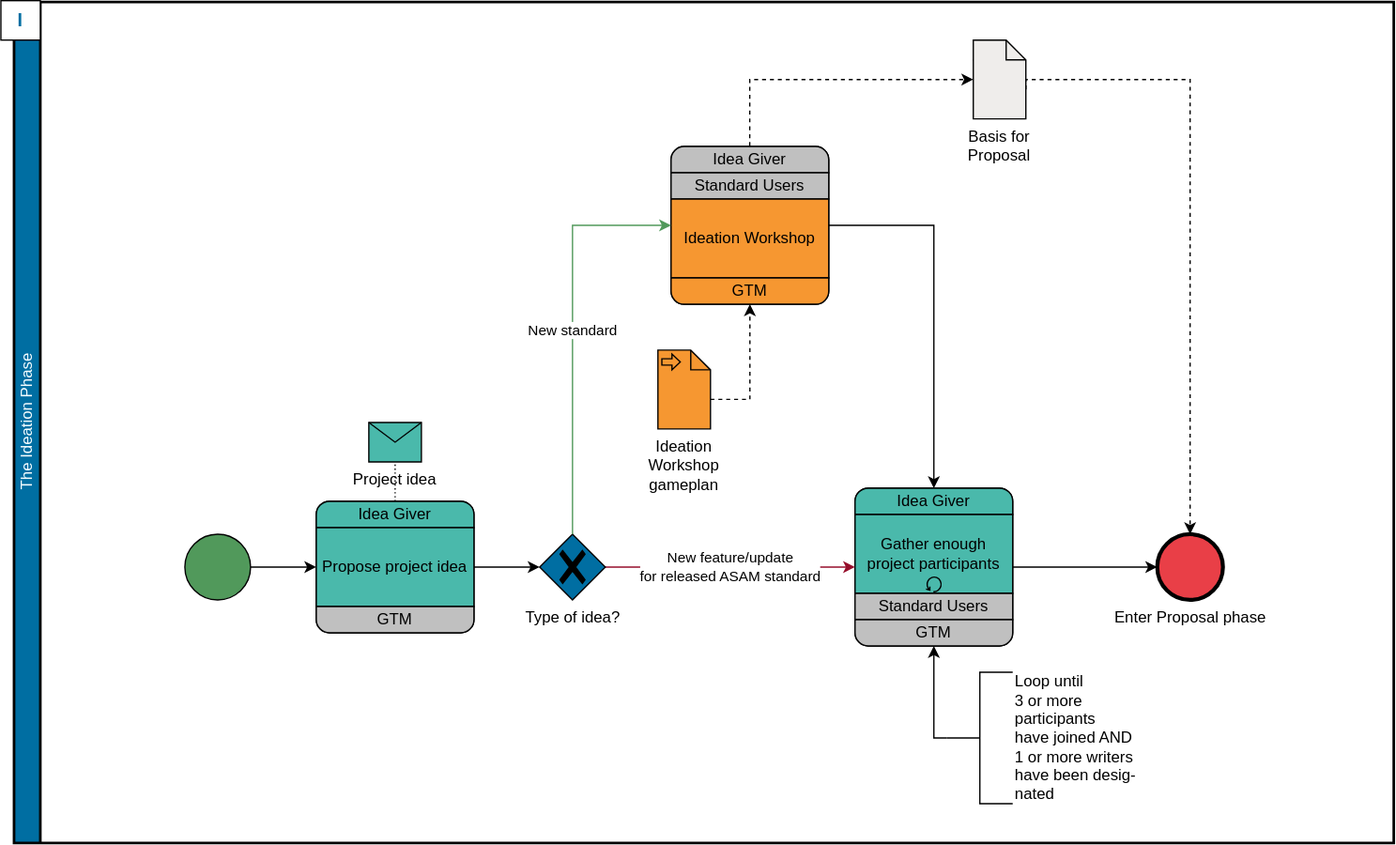
Earlier version of the draw.io export content/modules/compendium/assets/images/asam/ideation_phase.drawio.svg (asam-ev/asam-project-guide-content). Source tidied: cells renumbered, new cells last; positions are measured from the earlier drawing's top-left corner, leaving out a move shared by most shapes.
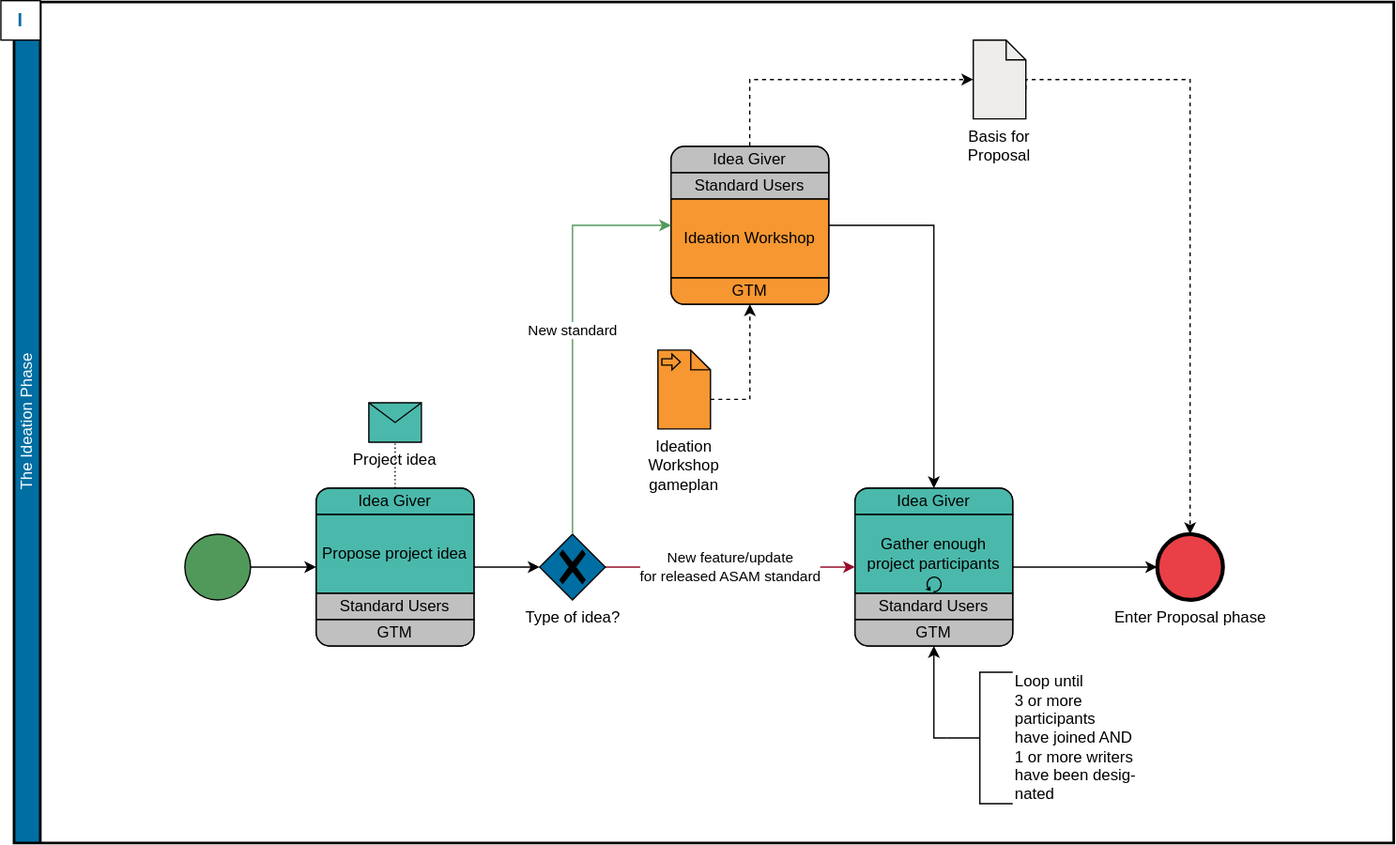
The same file after the commit.

Change to the diagram source:
```diff
@@ -100,7 +100,7 @@
       <mxGeometry relative="1" as="geometry" />
     </mxCell>
     <mxCell id="28" style="rounded=1;whiteSpace=wrap;html=1;absoluteArcSize=1;arcSize=20;horizontal=1;fillColor=#4AB9AB;" parent="2" vertex="1">
-      <mxGeometry x="230" y="380" width="120" height="100" as="geometry" />
+      <mxGeometry x="230" y="370" width="120" height="120" as="geometry" />
     </mxCell>
     <mxCell id="29" value="Idea Giver" style="shape=mxgraph.bpmn.task;taskMarker=abstract;rectStyle=rounded;bottomRightStyle=square;bottomLeftStyle=square;whiteSpace=wrap;fillColor=#4AB9AB;" parent="28" vertex="1">
       <mxGeometry width="120" height="20" as="geometry" />
@@ -108,11 +108,14 @@
     <mxCell id="30" value="Propose project idea" style="shape=mxgraph.bpmn.task;taskMarker=abstract;whiteSpace=wrap;fillColor=#4AB9AB;" parent="28" vertex="1">
       <mxGeometry y="20" width="120" height="60" as="geometry" />
     </mxCell>
+    <mxCell id="38" value="Standard Users" style="shape=mxgraph.bpmn.task;taskMarker=abstract;rectStyle=square;fillColor=#C0C0C0;whiteSpace=wrap;" parent="28" vertex="1">
+      <mxGeometry y="80" width="120" height="20" as="geometry" />
+    </mxCell>
     <mxCell id="31" value="GTM" style="whiteSpace=wrap;html=1;shape=mxgraph.basic.rect;size=10;rectStyle=rounded;topRightStyle=square;topLeftStyle=square;fillColor=#C0C0C0;" parent="28" vertex="1">
-      <mxGeometry y="80" width="120" height="20" as="geometry" />
+      <mxGeometry y="100" width="120" height="20" as="geometry" />
     </mxCell>
     <mxCell id="32" value="Project idea" style="shape=message;fillColor=#4AB9AB;verticalAlign=top;horizontal=1;labelPosition=center;verticalLabelPosition=bottom;align=center;" parent="2" vertex="1">
-      <mxGeometry x="270" y="320" width="40" height="30" as="geometry" />
+      <mxGeometry x="270" y="305" width="40" height="30" as="geometry" />
     </mxCell>
     <mxCell id="33" style="edgeStyle=orthogonalEdgeStyle;html=1;elbow=horizontal;endArrow=none;labelBackgroundColor=none;endSize=12;endFill=0;dashed=1;dashPattern=1 2;exitX=0.5;exitY=0;rounded=0;" parent="2" edge="1" source="29" target="32">
       <mxGeometry relative="1" as="geometry" />
```
